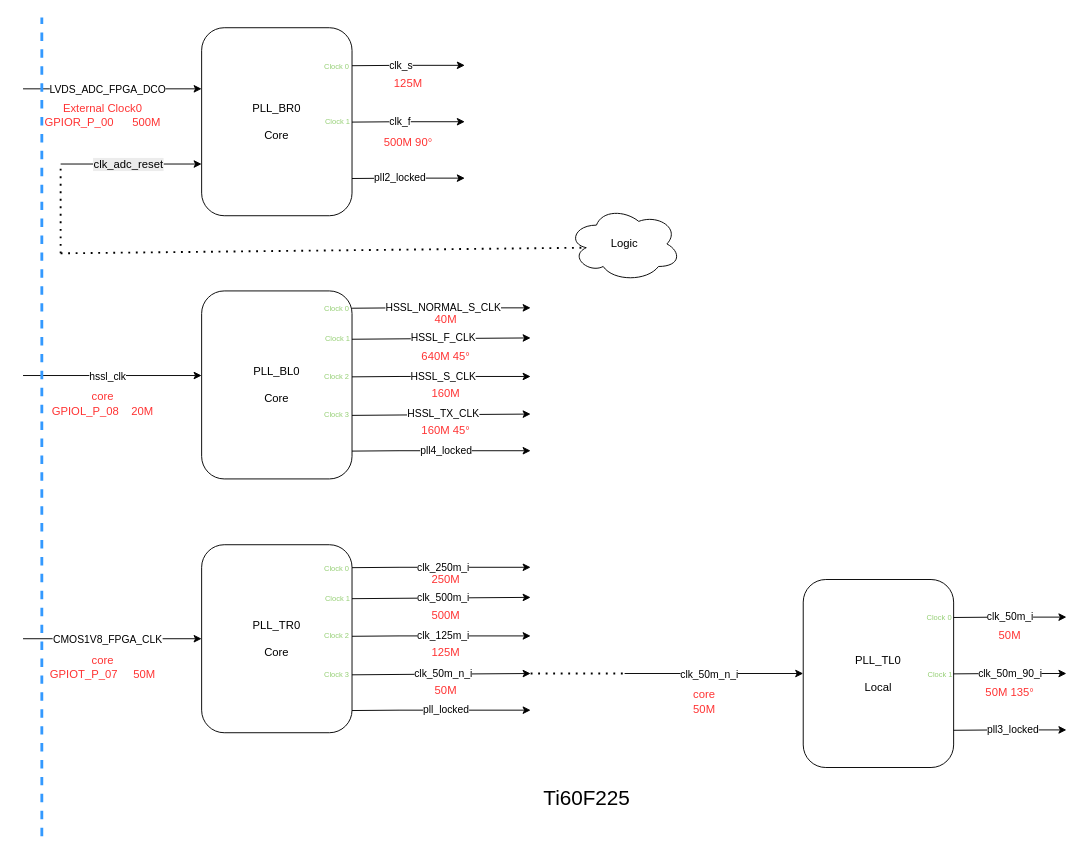
Before: A11-100M-PLL.drawio in shenwangchong/learngit, a draw.io diagram. Source tidied: cells renumbered, new cells numbered last; positions are measured from the earlier drawing's top-left corner, leaving out a move shared by most shapes. Both pictures are drawn from the tidied source at 94%, with x=0, y=0 at pixel (23, 17).
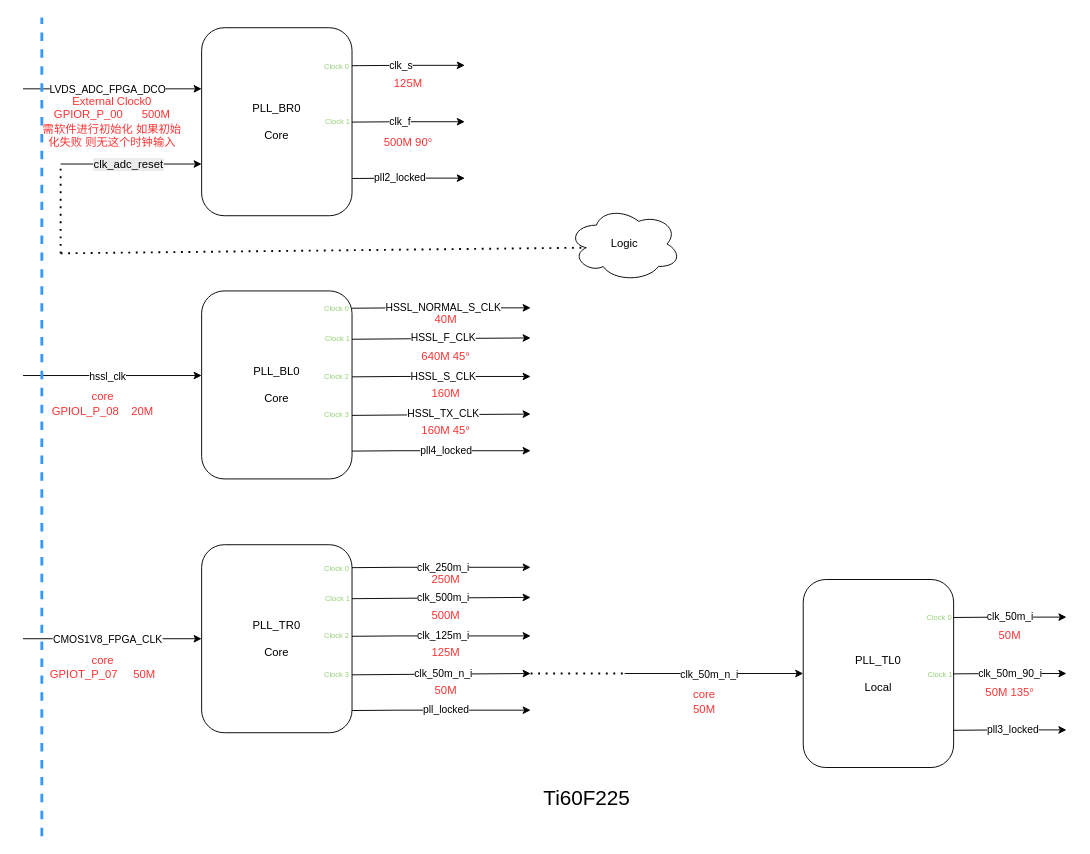
After the change.

Change to the diagram source:
```diff
@@
-    <mxCell id="8" value="&lt;font style=&quot;color: rgb(255, 51, 51);&quot;&gt;External Clock0&lt;/font&gt;&lt;div&gt;&lt;font style=&quot;color: rgb(255, 51, 51);&quot;&gt;GPIOR_P_00&amp;nbsp; &amp;nbsp; &amp;nbsp; 500M&lt;/font&gt;&lt;/div&gt;" style="text;html=1;whiteSpace=wrap;strokeColor=none;fillColor=none;align=center;verticalAlign=middle;rounded=0;" parent="1" vertex="1">
-      <mxGeometry x="10" y="94" width="150" height="20" as="geometry" />
+    <mxCell id="8" value="&lt;font style=&quot;color: rgb(255, 51, 51);&quot;&gt;External Clock0&lt;/font&gt;&lt;div&gt;&lt;font style=&quot;color: rgb(255, 51, 51);&quot;&gt;GPIOR_P_00&amp;nbsp; &amp;nbsp; &amp;nbsp; 500M&lt;/font&gt;&lt;/div&gt;&lt;div&gt;&lt;font style=&quot;color: rgb(255, 51, 51);&quot;&gt;需软件进行初始化 如果初始化失败 则无这个时钟输入&lt;/font&gt;&lt;/div&gt;" style="text;html=1;whiteSpace=wrap;strokeColor=none;fillColor=none;align=center;verticalAlign=middle;rounded=0;" parent="1" vertex="1">
+      <mxGeometry x="20" y="92.5" width="150" height="37" as="geometry" />
     </mxCell>
```
